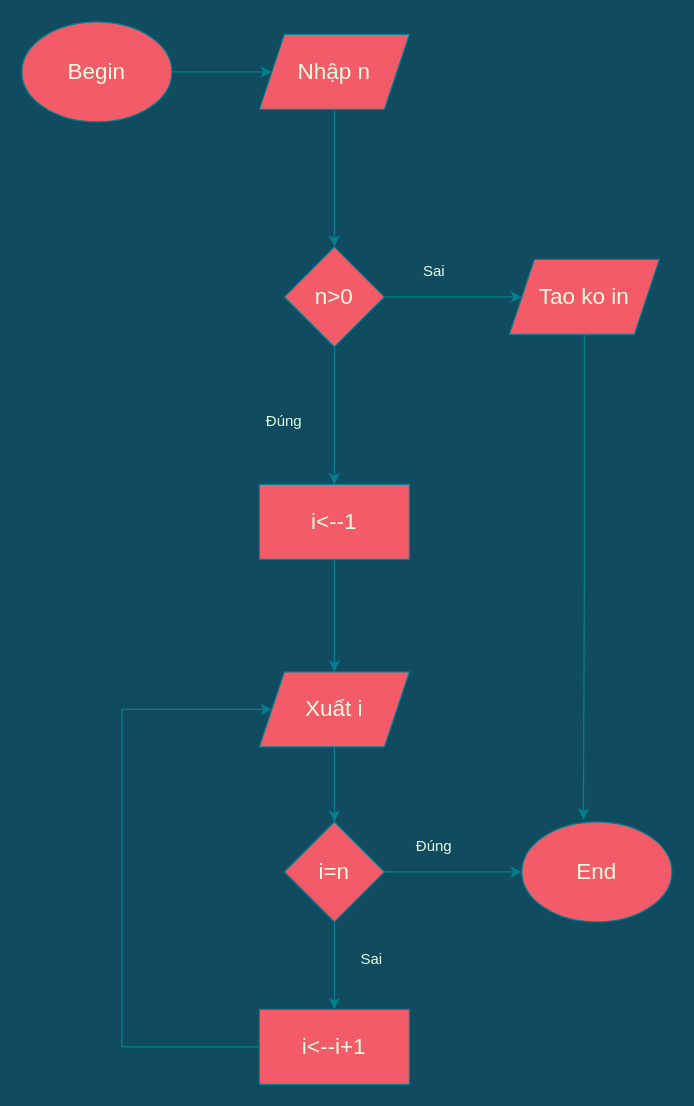
This is demso.drawio from thongleqwer/flowchart, a draw.io file, before an edit. Source tidied: cells renumbered, new cells numbered last; positions are measured from the earlier drawing's top-left corner, leaving out a move shared by most shapes. Both pictures are drawn from the tidied source at 125%, with x=0, y=0 at pixel (21, 21).
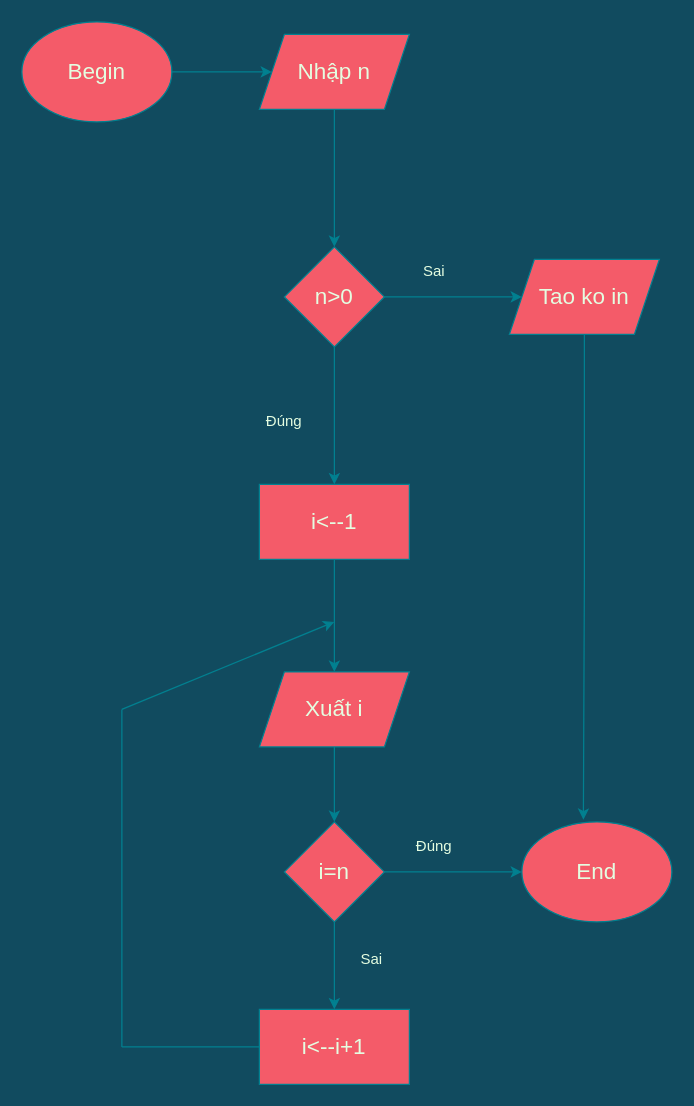
Above is the later version.

The change refers to these unchanged cells:
```xml
<mxCell id="25" value="&lt;font style=&quot;font-size: 18px&quot;&gt;Xuất i&lt;/font&gt;" style="shape=parallelogram;perimeter=parallelogramPerimeter;whiteSpace=wrap;html=1;fixedSize=1;fillColor=#F45B69;strokeColor=#028090;fontColor=#E4FDE1;" parent="1" vertex="1">
  <mxGeometry x="190" y="520" width="120" height="60" as="geometry" />
</mxCell>
```

What changed in the source:
```diff
@@
-    <mxCell id="23" style="endArrow=classic;html=1;entryX=0;entryY=0.5;entryDx=0;entryDy=0;labelBackgroundColor=#114B5F;strokeColor=#028090;fontColor=#E4FDE1;" parent="1" edge="1" target="25">
+    <mxCell id="23" style="endArrow=classic;html=1;labelBackgroundColor=#114B5F;strokeColor=#028090;fontColor=#E4FDE1;" parent="1" edge="1">
       <mxGeometry relative="1" as="geometry">
         <mxPoint x="80" y="550" as="sourcePoint" />
+        <mxPoint x="250" y="480" as="targetPoint" />
       </mxGeometry>
     </mxCell>
```
